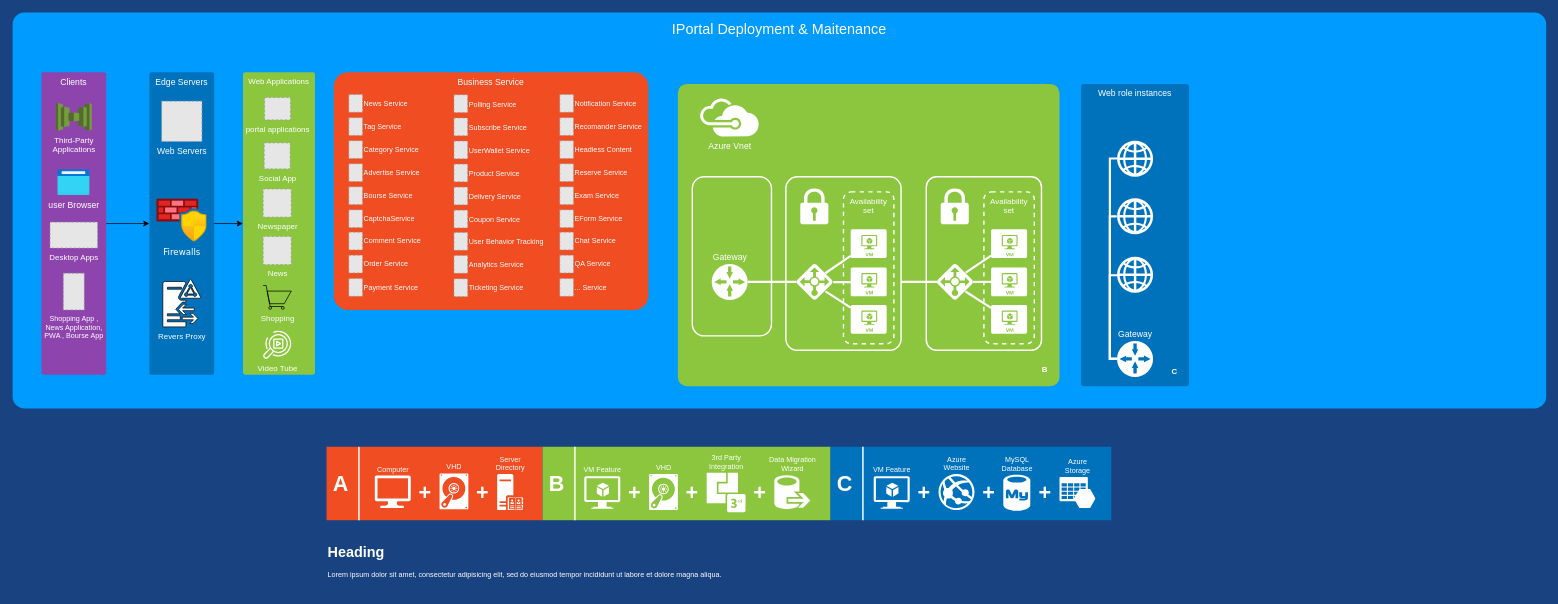
Before: Untitled Diagram(3).drawio in aramdata/IportalDiagram, a draw.io diagram. Source tidied: cells renumbered, new cells numbered last; positions are measured from the earlier drawing's top-left corner, leaving out a move shared by most shapes. Both pictures are drawn from the tidied source at 72%, with x=0, y=0 at pixel (12, 12). Pictures stored in the file or linked from it are replaced by grey dashed boxes.
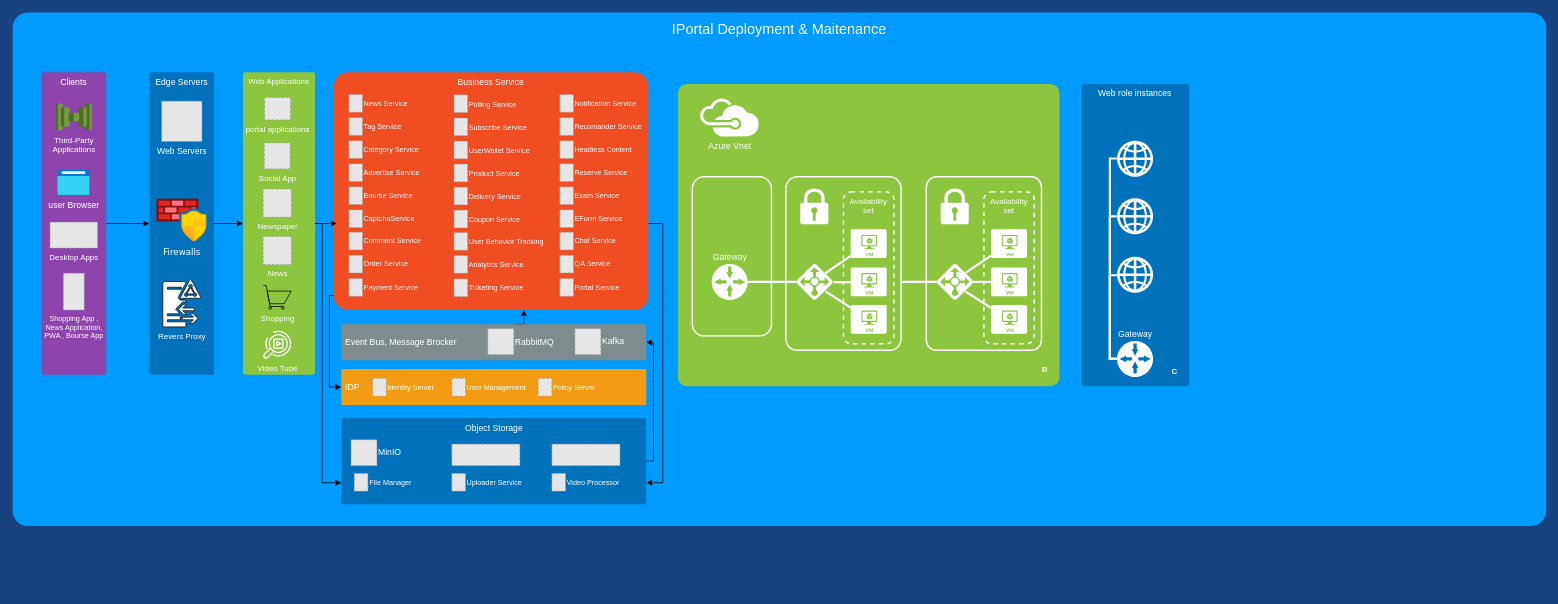
The same diagram, later.

Unchanged cells that the change refers to:
```xml
<mxCell id="7" value="Business Service" style="rounded=1;whiteSpace=wrap;html=1;shadow=0;strokeWidth=2;fillColor=#F04D22;fontSize=12;fontColor=#FFFFFF;align=center;strokeColor=none;arcSize=6;verticalAlign=top;" parent="1" vertex="1">
  <mxGeometry x="446" y="83" width="437" height="330" as="geometry" />
</mxCell>
<mxCell id="75" value="&lt;div style=&quot;font-size: 11px&quot;&gt;Web Applications&lt;/div&gt;&lt;div&gt;&lt;br&gt;&lt;/div&gt;" style="rounded=1;whiteSpace=wrap;html=1;shadow=0;strokeWidth=2;fontSize=12;align=center;arcSize=3;verticalAlign=top;strokeColor=none;fillColor=#8BC63E;fontColor=#FFFFFF;" parent="1" vertex="1">
  <mxGeometry x="320" y="83" width="100" height="420" as="geometry" />
</mxCell>
```

Diff of the diagram source:
```diff
@@
     <mxCell id="2" value="IPortal Deployment &amp;amp; Maitenance" style="whiteSpace=wrap;html=1;rounded=1;shadow=0;strokeColor=none;strokeWidth=2;fillColor=#009BFF;fontSize=20;fontColor=#FFFFFF;align=center;arcSize=3;verticalAlign=top;spacingTop=4;" parent="1" vertex="1">
-      <mxGeometry width="2130" height="550" as="geometry" />
+      <mxGeometry width="2130" height="713" as="geometry" />
     </mxCell>
@@
+    <mxCell id="116" style="edgeStyle=orthogonalEdgeStyle;rounded=0;jettySize=auto;html=1;fontColor=#FFFFFF;" parent="1" edge="1" source="7" target="124">
+      <mxGeometry relative="1" as="geometry">
+        <Array as="points">
+          <mxPoint x="440" y="393" />
+          <mxPoint x="440" y="520" />
+        </Array>
+      </mxGeometry>
+    </mxCell>
+    <mxCell id="117" style="edgeStyle=orthogonalEdgeStyle;rounded=0;jettySize=auto;html=1;entryX=1;entryY=0.75;entryDx=0;entryDy=0;fontColor=#FFFFFF;" parent="1" edge="1" source="7" target="129">
+      <mxGeometry relative="1" as="geometry">
+        <Array as="points">
+          <mxPoint x="665" y="293" />
+          <mxPoint x="903" y="293" />
+          <mxPoint x="903" y="653" />
+        </Array>
+      </mxGeometry>
+    </mxCell>
@@
-    <mxCell id="39" style="rounded=0;whiteSpace=wrap;html=1;shadow=0;strokeWidth=2;fillColor=#F04D22;fontSize=12;fontColor=#FFFFFF;align=center;strokeColor=none;arcSize=6;verticalAlign=top;" parent="1" vertex="1">
-      <mxGeometry x="436" y="603" width="300" height="102" as="geometry" />
-    </mxCell>
-    <mxCell id="40" style="rounded=0;whiteSpace=wrap;html=1;shadow=0;strokeWidth=2;fillColor=#8BC63E;fontSize=12;fontColor=#FFFFFF;align=center;strokeColor=none;arcSize=6;verticalAlign=top;" parent="1" vertex="1">
-      <mxGeometry x="736" y="603" width="400" height="102" as="geometry" />
-    </mxCell>
-    <mxCell id="41" style="rounded=0;whiteSpace=wrap;html=1;shadow=0;strokeWidth=2;fillColor=#0072BC;fontSize=12;fontColor=#FFFFFF;align=center;strokeColor=none;arcSize=3;verticalAlign=top;" parent="1" vertex="1">
-      <mxGeometry x="1136" y="603" width="390" height="102" as="geometry" />
-    </mxCell>
-    <mxCell id="42" value="A" style="text;html=1;strokeColor=none;fillColor=none;align=center;verticalAlign=middle;whiteSpace=wrap;rounded=1;shadow=0;fontSize=30;fontColor=#FFFFFF;fontStyle=1;" parent="1" vertex="1">
-      <mxGeometry x="436" y="636" width="40" height="35" as="geometry" />
-    </mxCell>
-    <mxCell id="43" value="B" style="text;html=1;strokeColor=none;fillColor=none;align=center;verticalAlign=middle;whiteSpace=wrap;rounded=1;shadow=0;fontSize=30;fontColor=#FFFFFF;fontStyle=1;" parent="1" vertex="1">
-      <mxGeometry x="736" y="636" width="40" height="35" as="geometry" />
-    </mxCell>
-    <mxCell id="44" value="C" style="text;html=1;strokeColor=none;fillColor=none;align=center;verticalAlign=middle;whiteSpace=wrap;rounded=1;shadow=0;fontSize=30;fontColor=#FFFFFF;fontStyle=1;" parent="1" vertex="1">
-      <mxGeometry x="1136" y="636" width="40" height="35" as="geometry" />
-    </mxCell>
-    <mxCell id="45" value="Computer" style="verticalLabelPosition=top;html=1;verticalAlign=bottom;strokeColor=none;fillColor=#FFFFFF;shape=mxgraph.azure.computer;rounded=0;shadow=0;fontSize=10;fontColor=#FFFFFF;align=center;labelPosition=center;" parent="1" vertex="1">
-      <mxGeometry x="503" y="643" width="50" height="45" as="geometry" />
-    </mxCell>
-    <mxCell id="46" value="VHD" style="shadow=0;html=1;strokeColor=none;fillColor=#FFFFFF;labelPosition=center;verticalLabelPosition=top;verticalAlign=bottom;shape=mxgraph.azure.vhd;rounded=0;fontSize=10;fontColor=#FFFFFF;align=center;" parent="1" vertex="1">
-      <mxGeometry x="593" y="640" width="40" height="50" as="geometry" />
-    </mxCell>
-    <mxCell id="47" value="+" style="text;html=1;strokeColor=none;fillColor=none;align=center;verticalAlign=middle;whiteSpace=wrap;rounded=1;shadow=0;fontSize=30;fontColor=#FFFFFF;fontStyle=1;" parent="1" vertex="1">
-      <mxGeometry x="553" y="648" width="40" height="35" as="geometry" />
-    </mxCell>
-    <mxCell id="48" value="+" style="text;html=1;strokeColor=none;fillColor=none;align=center;verticalAlign=middle;whiteSpace=wrap;rounded=1;shadow=0;fontSize=30;fontColor=#FFFFFF;fontStyle=1;" parent="1" vertex="1">
-      <mxGeometry x="633" y="648" width="40" height="35" as="geometry" />
-    </mxCell>
-    <mxCell id="49" value="Server&lt;div&gt;Directory&lt;/div&gt;" style="shadow=0;html=1;strokeColor=none;shape=mxgraph.mscae.enterprise.server_directory;fillColor=#FFFFFF;rounded=0;fontSize=10;fontColor=#FFFFFF;align=center;verticalAlign=bottom;labelPosition=center;verticalLabelPosition=top;" parent="1" vertex="1">
-      <mxGeometry x="673" y="641" width="36" height="50" as="geometry" />
-    </mxCell>
-    <mxCell id="50" value="VM Feature" style="shadow=0;html=1;strokeColor=none;fillColor=#FFFFFF;labelPosition=center;verticalLabelPosition=top;verticalAlign=bottom;shape=mxgraph.azure.virtual_machine_feature;rounded=0;fontSize=10;fontColor=#FFFFFF;align=center;" parent="1" vertex="1">
-      <mxGeometry x="794" y="644" width="50" height="45" as="geometry" />
-    </mxCell>
-    <mxCell id="51" value="+" style="text;html=1;strokeColor=none;fillColor=none;align=center;verticalAlign=middle;whiteSpace=wrap;rounded=1;shadow=0;fontSize=30;fontColor=#FFFFFF;fontStyle=1;" parent="1" vertex="1">
-      <mxGeometry x="844" y="649" width="40" height="35" as="geometry" />
-    </mxCell>
-    <mxCell id="52" value="VHD" style="shadow=0;html=1;strokeColor=none;fillColor=#FFFFFF;labelPosition=center;verticalLabelPosition=top;verticalAlign=bottom;shape=mxgraph.azure.vhd;rounded=0;fontSize=10;fontColor=#FFFFFF;align=center;" parent="1" vertex="1">
-      <mxGeometry x="884" y="641" width="40" height="50" as="geometry" />
-    </mxCell>
-    <mxCell id="53" value="3rd Party&lt;div&gt;Integration&lt;/div&gt;" style="shadow=0;html=1;strokeColor=none;fillColor=#FFFFFF;labelPosition=center;verticalLabelPosition=top;verticalAlign=bottom;shape=mxgraph.office.communications.3rd_party_integration;rounded=0;fontSize=10;fontColor=#FFFFFF;align=center;" parent="1" vertex="1">
-      <mxGeometry x="964" y="639" width="54" height="55" as="geometry" />
-    </mxCell>
-    <mxCell id="54" value="+" style="text;html=1;strokeColor=none;fillColor=none;align=center;verticalAlign=middle;whiteSpace=wrap;rounded=1;shadow=0;fontSize=30;fontColor=#FFFFFF;fontStyle=1;" parent="1" vertex="1">
-      <mxGeometry x="924" y="649" width="40" height="35" as="geometry" />
-    </mxCell>
-    <mxCell id="55" value="+" style="text;html=1;strokeColor=none;fillColor=none;align=center;verticalAlign=middle;whiteSpace=wrap;rounded=1;shadow=0;fontSize=30;fontColor=#FFFFFF;fontStyle=1;" parent="1" vertex="1">
-      <mxGeometry x="1018" y="649" width="40" height="35" as="geometry" />
-    </mxCell>
-    <mxCell id="56" value="Data Migration&lt;div&gt;Wizard&lt;/div&gt;" style="shadow=0;html=1;strokeColor=none;shape=mxgraph.mscae.intune.data_migration_wizard;fillColor=#FFFFFF;rounded=0;fontSize=10;fontColor=#FFFFFF;align=center;verticalAlign=bottom;labelPosition=center;verticalLabelPosition=top;" parent="1" vertex="1">
-      <mxGeometry x="1058" y="642" width="50" height="48" as="geometry" />
-    </mxCell>
-    <mxCell id="57" value="VM Feature" style="shadow=0;html=1;strokeColor=none;fillColor=#FFFFFF;labelPosition=center;verticalLabelPosition=top;verticalAlign=bottom;shape=mxgraph.azure.virtual_machine_feature;rounded=0;fontSize=10;fontColor=#FFFFFF;align=center;" parent="1" vertex="1">
-      <mxGeometry x="1196" y="644" width="50" height="45" as="geometry" />
-    </mxCell>
-    <mxCell id="58" style="line;strokeWidth=2;direction=south;html=1;rounded=0;shadow=0;fillColor=none;fontSize=30;fontColor=#FFFFFF;align=center;strokeColor=#FFFFFF;" parent="1" vertex="1">
-      <mxGeometry x="476" y="603" width="10" height="102" as="geometry" />
-    </mxCell>
-    <mxCell id="59" style="line;strokeWidth=2;direction=south;html=1;rounded=0;shadow=0;fillColor=none;fontSize=30;fontColor=#FFFFFF;align=center;strokeColor=#FFFFFF;" parent="1" vertex="1">
-      <mxGeometry x="776" y="603" width="10" height="102" as="geometry" />
-    </mxCell>
-    <mxCell id="60" style="line;strokeWidth=2;direction=south;html=1;rounded=0;shadow=0;fillColor=none;fontSize=30;fontColor=#FFFFFF;align=center;strokeColor=#FFFFFF;" parent="1" vertex="1">
-      <mxGeometry x="1176" y="603" width="10" height="102" as="geometry" />
-    </mxCell>
-    <mxCell id="61" value="+" style="text;html=1;strokeColor=none;fillColor=none;align=center;verticalAlign=middle;whiteSpace=wrap;rounded=1;shadow=0;fontSize=30;fontColor=#FFFFFF;fontStyle=1;" parent="1" vertex="1">
-      <mxGeometry x="1246" y="649" width="40" height="35" as="geometry" />
-    </mxCell>
-    <mxCell id="62" value="Azure&lt;div&gt;Website&lt;/div&gt;" style="verticalLabelPosition=top;html=1;verticalAlign=bottom;strokeColor=none;fillColor=#FFFFFF;shape=mxgraph.azure.azure_website;rounded=0;shadow=0;fontSize=10;fontColor=#FFFFFF;align=center;labelPosition=center;" parent="1" vertex="1">
-      <mxGeometry x="1286" y="641" width="50" height="50" as="geometry" />
-    </mxCell>
-    <mxCell id="63" value="+" style="text;html=1;strokeColor=none;fillColor=none;align=center;verticalAlign=middle;whiteSpace=wrap;rounded=1;shadow=0;fontSize=30;fontColor=#FFFFFF;fontStyle=1;" parent="1" vertex="1">
-      <mxGeometry x="1336" y="649" width="40" height="35" as="geometry" />
-    </mxCell>
-    <mxCell id="64" value="MySQL&lt;div&gt;Database&lt;/div&gt;" style="verticalLabelPosition=top;html=1;verticalAlign=bottom;strokeColor=none;fillColor=#FFFFFF;shape=mxgraph.azure.mysql_database;rounded=0;shadow=0;fontSize=10;fontColor=#FFFFFF;align=center;labelPosition=center;" parent="1" vertex="1">
-      <mxGeometry x="1376" y="642" width="37.5" height="50" as="geometry" />
-    </mxCell>
-    <mxCell id="65" value="+" style="text;html=1;strokeColor=none;fillColor=none;align=center;verticalAlign=middle;whiteSpace=wrap;rounded=1;shadow=0;fontSize=30;fontColor=#FFFFFF;fontStyle=1;" parent="1" vertex="1">
-      <mxGeometry x="1414" y="649" width="40" height="35" as="geometry" />
-    </mxCell>
-    <mxCell id="66" value="Azure&lt;div&gt;Storage&lt;/div&gt;" style="shadow=0;html=1;strokeColor=none;labelPosition=center;verticalLabelPosition=top;verticalAlign=bottom;shape=mxgraph.mscae.cloud.azure_storage;fillColor=#FFFFFF;rounded=0;fontSize=10;fontColor=#FFFFFF;align=center;" parent="1" vertex="1">
-      <mxGeometry x="1454" y="645" width="50" height="43" as="geometry" />
-    </mxCell>
-    <mxCell id="67" value="&lt;h1&gt;Heading&lt;/h1&gt;&lt;p&gt;Lorem ipsum dolor sit amet, consectetur adipisicing elit, sed do eiusmod tempor incididunt ut labore et dolore magna aliqua.&lt;/p&gt;" style="text;html=1;strokeColor=none;fillColor=none;spacing=5;spacingTop=-20;whiteSpace=wrap;overflow=hidden;rounded=0;shadow=0;fontSize=10;fontColor=#FFFFFF;align=left;" parent="1" vertex="1">
-      <mxGeometry x="433" y="735" width="1041" height="70" as="geometry" />
-    </mxCell>
@@
+    <mxCell id="118" style="edgeStyle=orthogonalEdgeStyle;rounded=0;jettySize=auto;html=1;entryX=0.009;entryY=0.636;entryDx=0;entryDy=0;entryPerimeter=0;" parent="1" edge="1" source="75" target="7">
+      <mxGeometry relative="1" as="geometry" />
+    </mxCell>
+    <mxCell id="119" style="edgeStyle=orthogonalEdgeStyle;rounded=0;jettySize=auto;html=1;entryX=0;entryY=0.75;entryDx=0;entryDy=0;fontColor=#FFFFFF;" parent="1" edge="1" source="75" target="129">
+      <mxGeometry relative="1" as="geometry">
+        <Array as="points">
+          <mxPoint x="430" y="293" />
+          <mxPoint x="430" y="653" />
+        </Array>
+      </mxGeometry>
+    </mxCell>
@@
-    <mxCell id="115" value="... Service" style="fillColor=#E6E6E6;strokeColor=#999999;dashed=1;verticalLabelPosition=middle;labelBackgroundColor=none;verticalAlign=middle;fontSize=10;fontColor=#FFFFFF;html=1;labelPosition=right;align=left;" parent="1" vertex="1">
+    <mxCell id="115" value="Portal Service" style="fillColor=#E6E6E6;strokeColor=#999999;dashed=1;verticalLabelPosition=middle;labelBackgroundColor=none;verticalAlign=middle;fontSize=10;fontColor=#FFFFFF;html=1;labelPosition=right;align=left;" parent="1" vertex="1">
       <mxGeometry x="760" y="369.4" width="19" height="24.6" as="geometry" />
     </mxCell>
+    <mxCell id="120" style="edgeStyle=orthogonalEdgeStyle;rounded=0;jettySize=auto;html=1;fontColor=#FFFFFF;exitX=0.566;exitY=0.005;exitDx=0;exitDy=0;exitPerimeter=0;" parent="1" edge="1" source="121" target="7">
+      <mxGeometry relative="1" as="geometry">
+        <Array as="points">
+          <mxPoint x="710" y="433" />
+        </Array>
+      </mxGeometry>
+    </mxCell>
+    <mxCell id="121" value="&amp;nbsp;Event Bus, Message Brocker" style="rounded=1;whiteSpace=wrap;html=1;shadow=0;strokeWidth=2;fontSize=12;align=left;strokeColor=none;arcSize=3;verticalAlign=middle;fillColor=#7f8c8d;fontColor=#FFFFFF;" parent="1" vertex="1">
+      <mxGeometry x="456.5" y="433" width="423.5" height="50" as="geometry" />
+    </mxCell>
+    <mxCell id="122" value="RabbitMQ" style="fillColor=#E6E6E6;strokeColor=#999999;dashed=1;verticalLabelPosition=middle;labelBackgroundColor=none;verticalAlign=middle;labelPosition=right;align=left;fontColor=#FFFFFF;" parent="1" vertex="1">
+      <mxGeometry x="660" y="439" width="36" height="36" as="geometry" />
+    </mxCell>
+    <mxCell id="123" value="Kafka" style="fillColor=#E6E6E6;strokeColor=#999999;dashed=1;html=1;verticalAlign=middle;verticalLabelPosition=middle;labelBackgroundColor=none;fontColor=#FFFFFF;labelPosition=right;align=left;" parent="1" vertex="1">
+      <mxGeometry x="781" y="439" width="36" height="36" as="geometry" />
+    </mxCell>
+    <mxCell id="124" value="&lt;div&gt;&amp;nbsp;IDP&lt;/div&gt;" style="rounded=1;whiteSpace=wrap;html=1;shadow=0;strokeWidth=2;fontSize=12;align=left;strokeColor=none;arcSize=3;verticalAlign=middle;fillColor=#f39c12;fontColor=#FFFFFF;" parent="1" vertex="1">
+      <mxGeometry x="456.5" y="495" width="423.5" height="50" as="geometry" />
+    </mxCell>
+    <mxCell id="125" value="Identity Server" style="fillColor=#E6E6E6;strokeColor=#999999;dashed=1;verticalLabelPosition=middle;labelBackgroundColor=none;verticalAlign=middle;fontSize=10;fontColor=#FFFFFF;html=1;labelPosition=right;align=left;" parent="1" vertex="1">
+      <mxGeometry x="500" y="508" width="19" height="24.6" as="geometry" />
+    </mxCell>
+    <mxCell id="126" value="&lt;div&gt;User Management&lt;/div&gt;" style="fillColor=#E6E6E6;strokeColor=#999999;dashed=1;verticalLabelPosition=middle;labelBackgroundColor=none;verticalAlign=middle;fontSize=10;fontColor=#FFFFFF;html=1;labelPosition=right;align=left;" parent="1" vertex="1">
+      <mxGeometry x="610" y="508" width="19" height="24.6" as="geometry" />
+    </mxCell>
+    <mxCell id="127" value="Policy Server" style="fillColor=#E6E6E6;strokeColor=#999999;dashed=1;verticalLabelPosition=middle;labelBackgroundColor=none;verticalAlign=middle;fontSize=10;fontColor=#FFFFFF;html=1;labelPosition=right;align=left;" parent="1" vertex="1">
+      <mxGeometry x="730" y="508" width="19" height="24.6" as="geometry" />
+    </mxCell>
+    <mxCell id="128" style="edgeStyle=orthogonalEdgeStyle;rounded=0;jettySize=auto;html=1;fontColor=#FFFFFF;" parent="1" edge="1" source="129" target="121">
+      <mxGeometry relative="1" as="geometry">
+        <Array as="points">
+          <mxPoint x="890" y="623" />
+          <mxPoint x="890" y="458" />
+        </Array>
+      </mxGeometry>
+    </mxCell>
+    <mxCell id="129" value="Object Storage" style="rounded=1;whiteSpace=wrap;html=1;shadow=0;strokeWidth=2;fontSize=12;align=center;strokeColor=none;arcSize=3;verticalAlign=top;fontColor=#FFFFFF;fillColor=#0072BC;" parent="1" vertex="1">
+      <mxGeometry x="456.5" y="563" width="423.5" height="120" as="geometry" />
+    </mxCell>
+    <mxCell id="130" value="File Manager" style="fillColor=#E6E6E6;strokeColor=#999999;dashed=1;verticalLabelPosition=middle;labelBackgroundColor=none;verticalAlign=middle;fontSize=10;fontColor=#FFFFFF;html=1;labelPosition=right;align=left;" parent="1" vertex="1">
+      <mxGeometry x="474.5" y="640" width="19" height="24.6" as="geometry" />
+    </mxCell>
+    <mxCell id="131" value="MinIO" style="fillColor=#E6E6E6;strokeColor=#999999;dashed=1;html=1;verticalAlign=middle;verticalLabelPosition=middle;labelBackgroundColor=none;fontColor=#FFFFFF;labelPosition=right;align=left;" parent="1" vertex="1">
+      <mxGeometry x="470" y="593.3" width="36" height="36" as="geometry" />
+    </mxCell>
+    <mxCell id="132" value="Uploader Service" style="fillColor=#E6E6E6;strokeColor=#999999;dashed=1;verticalLabelPosition=middle;labelBackgroundColor=none;verticalAlign=middle;fontSize=10;fontColor=#FFFFFF;html=1;labelPosition=right;align=left;" parent="1" vertex="1">
+      <mxGeometry x="610" y="640" width="19" height="24.6" as="geometry" />
+    </mxCell>
+    <mxCell id="133" style="fillColor=#E6E6E6;strokeColor=#999999;dashed=1;html=1;verticalAlign=middle;verticalLabelPosition=middle;labelBackgroundColor=none;fontColor=#FFFFFF;labelPosition=right;align=left;" parent="1" vertex="1">
+      <mxGeometry x="610" y="599.3" width="94.6" height="30" as="geometry" />
+    </mxCell>
+    <mxCell id="134" style="fillColor=#E6E6E6;strokeColor=#999999;dashed=1;html=1;verticalAlign=middle;verticalLabelPosition=middle;labelBackgroundColor=none;fontColor=#FFFFFF;labelPosition=right;align=left;" parent="1" vertex="1">
+      <mxGeometry x="749" y="599.3" width="94.6" height="30" as="geometry" />
+    </mxCell>
+    <mxCell id="135" value="Video Processor" style="fillColor=#E6E6E6;strokeColor=#999999;dashed=1;verticalLabelPosition=middle;labelBackgroundColor=none;verticalAlign=middle;fontSize=10;fontColor=#FFFFFF;html=1;labelPosition=right;align=left;" parent="1" vertex="1">
+      <mxGeometry x="749" y="640" width="19" height="24.6" as="geometry" />
+    </mxCell>
```
